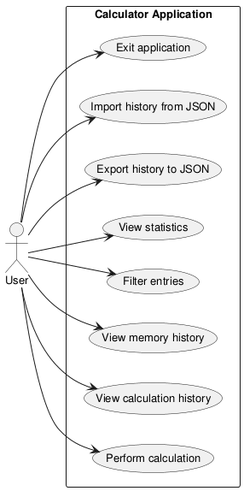
Before: experiments/broadcast/user_stories/calculator/artifacts/use_case_diagram.png, a diagram exported from PlantUML (DanielRiha8906/Software_autoevolution_using_agents).
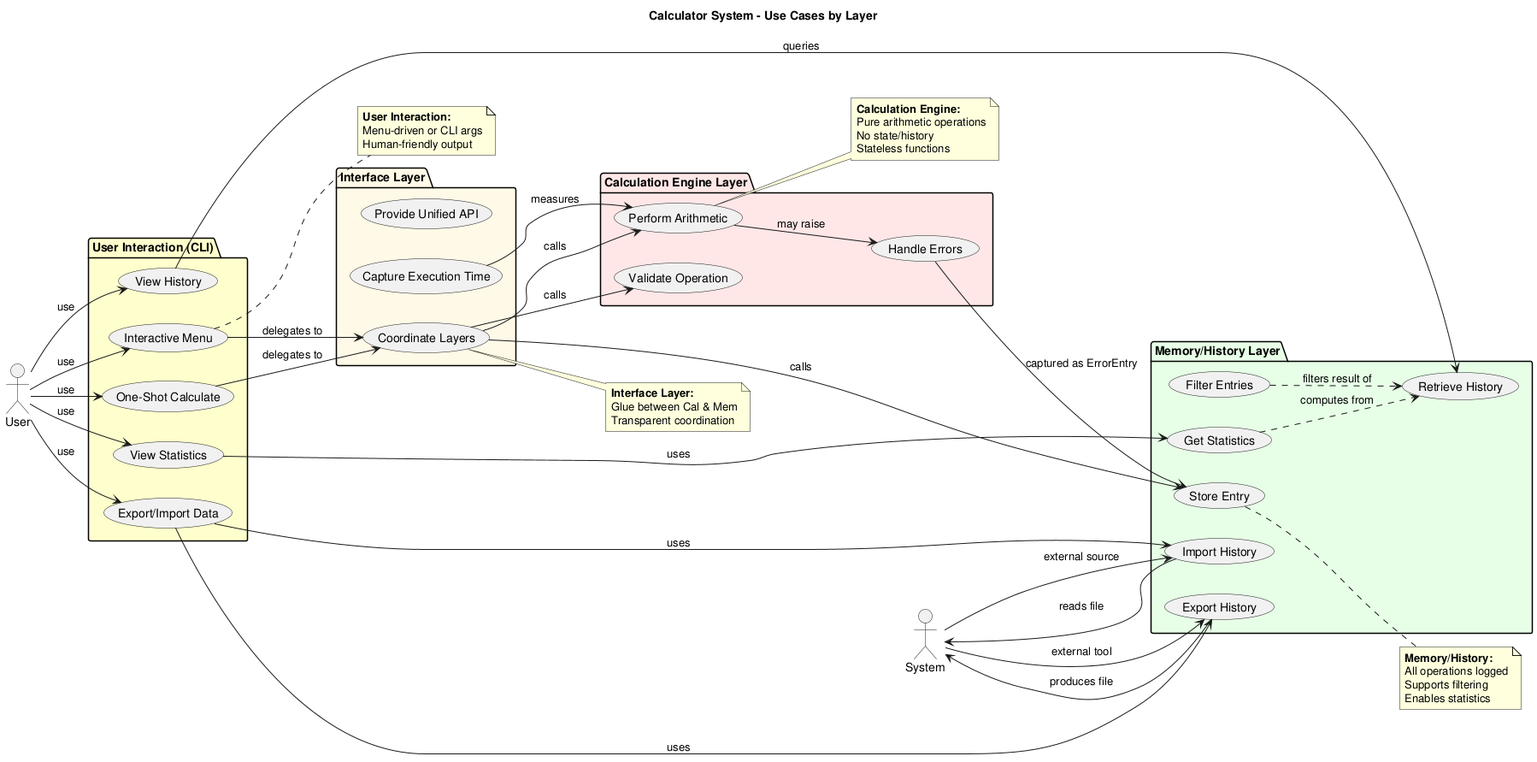
After the change.

What changed in the source:
```diff
@@ -1,30 +1,94 @@
 @startuml use_case_diagram
 
-skinparam defaultFontSize 13
+title Calculator System - Use Cases by Layer
 
 left to right direction
 
-actor User
+actor User as user
+actor System as system
 
-rectangle "Calculator Application" {
-    usecase "Perform calculation" as UC_Calc
-    usecase "View calculation history" as UC_History
-    usecase "View memory history" as UC_MemHistory
-    usecase "Filter entries" as UC_Filter
-    usecase "View statistics" as UC_Stats
-    usecase "Export history to JSON" as UC_Export
-    usecase "Import history from JSON" as UC_Import
-    usecase "Exit application" as UC_Exit
-
+package "Calculation Engine Layer" #FFE6E6 {
+    usecase "Perform Arithmetic" as calc_arithmetic
+    usecase "Validate Operation" as calc_validate
+    usecase "Handle Errors" as calc_error
 }
 
-User --> UC_Calc
-User --> UC_History
-User --> UC_MemHistory
-User --> UC_Filter
-User --> UC_Stats
-User --> UC_Export
-User --> UC_Import
-User --> UC_Exit
+package "Memory/History Layer" #E6FFE6 {
+    usecase "Store Entry" as mem_store
+    usecase "Retrieve History" as mem_retrieve
+    usecase "Filter Entries" as mem_filter
+    usecase "Export History" as mem_export
+    usecase "Import History" as mem_import
+    usecase "Get Statistics" as mem_stats
+}
+
+package "Interface Layer" #FFF9E6 {
+    usecase "Coordinate Layers" as iface_coord
+    usecase "Capture Execution Time" as iface_timing
+    usecase "Provide Unified API" as iface_api
+}
+
+package "User Interaction (CLI)" #FFFFCC {
+    usecase "Interactive Menu" as cli_interactive
+    usecase "One-Shot Calculate" as cli_oneshot
+    usecase "View History" as cli_history
+    usecase "Export/Import Data" as cli_import_export
+    usecase "View Statistics" as cli_statistics
+}
+
+user --> cli_interactive: use
+user --> cli_oneshot: use
+user --> cli_history: use
+user --> cli_import_export: use
+user --> cli_statistics: use
+
+cli_interactive --> iface_coord: delegates to
+cli_oneshot --> iface_coord: delegates to
+cli_history --> mem_retrieve: queries
+cli_import_export --> mem_export: uses
+cli_import_export --> mem_import: uses
+cli_statistics --> mem_stats: uses
+
+iface_coord --> calc_arithmetic: calls
+iface_coord --> calc_validate: calls
+iface_coord --> mem_store: calls
+iface_timing --> calc_arithmetic: measures
+
+calc_arithmetic --> calc_error: may raise
+calc_error --> mem_store: captured as ErrorEntry
+
+mem_filter ..> mem_retrieve: filters result of
+mem_stats ..> mem_retrieve: computes from
+
+system --> mem_export: external tool
+mem_export --> system: produces file
+system --> mem_import: external source
+mem_import --> system: reads file
+
+note right of calc_arithmetic
+  **Calculation Engine:**
+  Pure arithmetic operations
+  No state/history
+  Stateless functions
+end note
+
+note right of mem_store
+  **Memory/History:**
+  All operations logged
+  Supports filtering
+  Enables statistics
+end note
+
+note right of iface_coord
+  **Interface Layer:**
+  Glue between Cal & Mem
+  Transparent coordination
+end note
+
+note right of cli_interactive
+  **User Interaction:**
+  Menu-driven or CLI args
+  Human-friendly output
+end note
 
 @enduml
```
